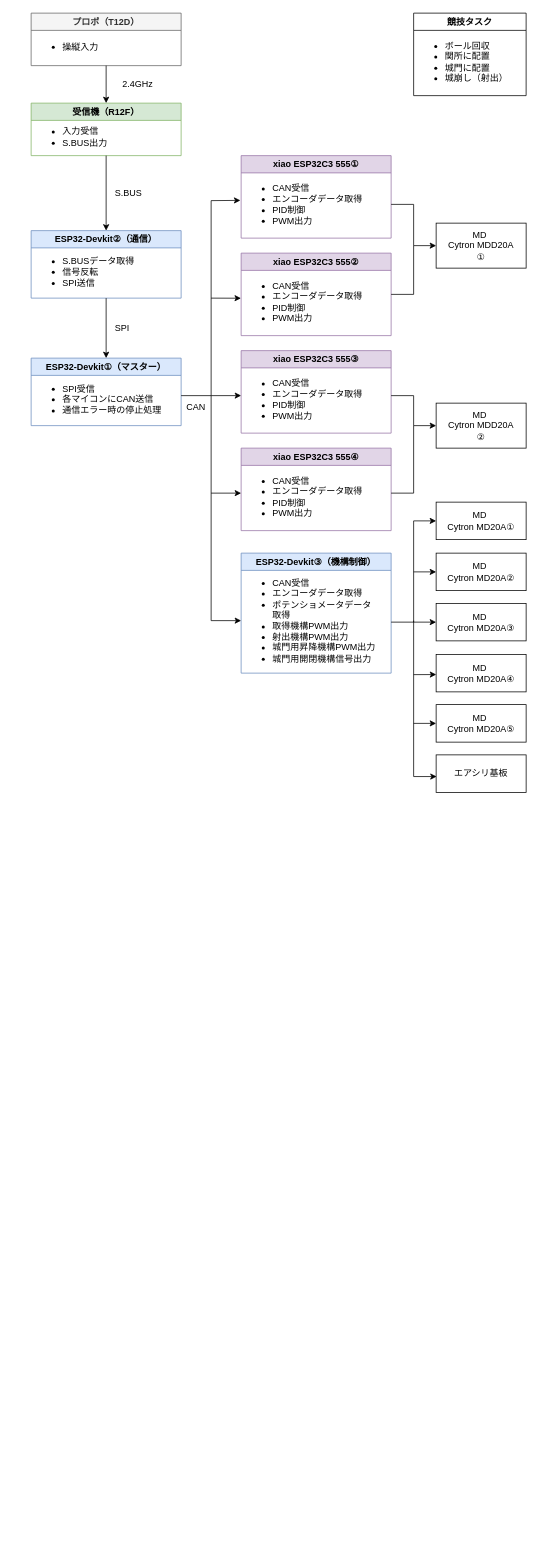
e3kef/tourobo2026-Grobo keeps this draw.io diagram as とうロボ2026_G-robo_システム構成.drawio. Above is the earlier version. Source tidied: cells renumbered, new cells numbered last; positions are measured from the earlier drawing's top-left corner, leaving out a move shared by most shapes. Both pictures are drawn from the tidied source at 75%, with x=0, y=0 at pixel (31, 13).
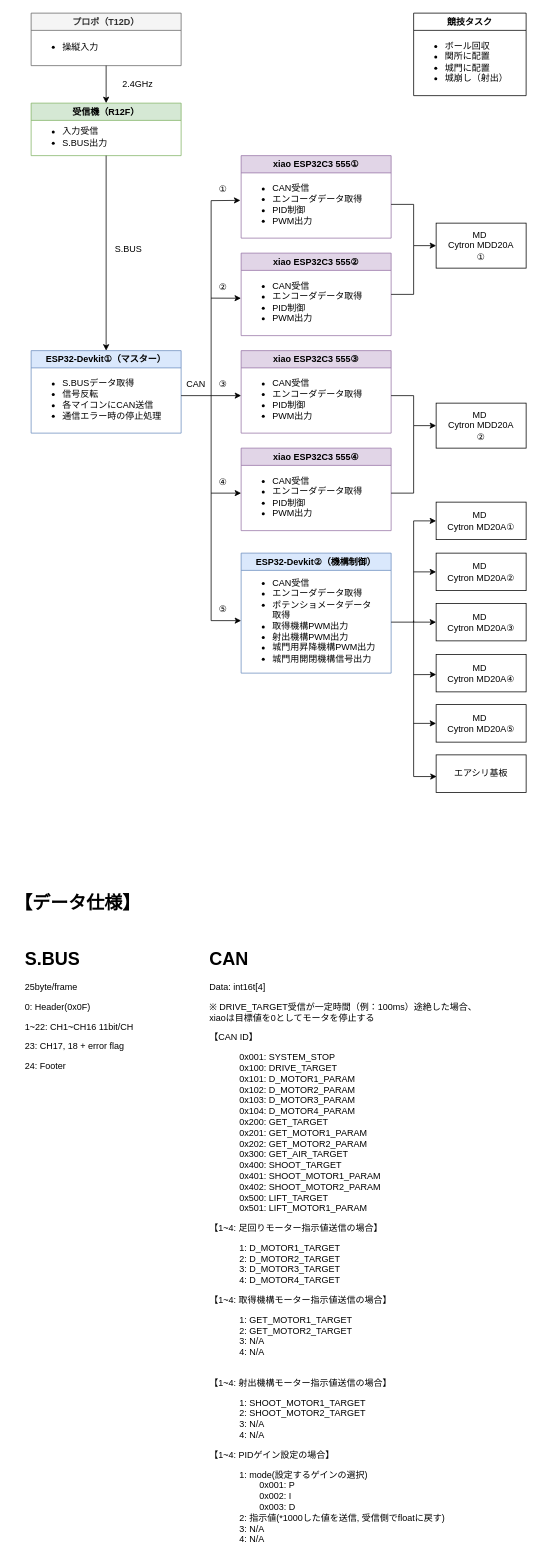
The same page after the edit.

Commit message:
データ仕様を追加

The change refers to these unchanged cells:
```xml
<mxCell id="6" value="受信機（R12F）" style="swimlane;whiteSpace=wrap;html=1;startSize=23;fillColor=#d5e8d4;strokeColor=#82b366;" parent="1" vertex="1">
  <mxGeometry y="120" width="200" height="70" as="geometry" />
</mxCell>
```

Diff of the diagram source:
```diff
@@
-    <mxCell id="8" value="&lt;div&gt;ESP32-Devkit②（通信）&lt;/div&gt;" style="swimlane;whiteSpace=wrap;html=1;startSize=23;fillColor=#dae8fc;strokeColor=#6c8ebf;" parent="1" vertex="1">
-      <mxGeometry y="290" width="200" height="90" as="geometry" />
-    </mxCell>
-    <mxCell id="9" value="&lt;ul&gt;&lt;li&gt;S.BUSデータ取得&lt;/li&gt;&lt;li&gt;信号反転&lt;/li&gt;&lt;li&gt;SPI送信&lt;/li&gt;&lt;/ul&gt;" style="text;html=1;whiteSpace=wrap;strokeColor=none;fillColor=none;align=left;verticalAlign=middle;rounded=0;" parent="8" vertex="1">
-      <mxGeometry y="40" width="200" height="30" as="geometry" />
-    </mxCell>
@@
     <mxCell id="18" value="&lt;div&gt;ESP32-Devkit①（マスター）&lt;/div&gt;" style="swimlane;whiteSpace=wrap;html=1;startSize=23;fillColor=#dae8fc;strokeColor=#6c8ebf;" parent="1" vertex="1">
-      <mxGeometry y="460" width="200" height="90" as="geometry" />
+      <mxGeometry y="450" width="200" height="110" as="geometry" />
     </mxCell>
-    <mxCell id="19" value="&lt;ul&gt;&lt;li&gt;SPI受信&lt;/li&gt;&lt;li&gt;各マイコンにCAN送信&lt;/li&gt;&lt;li&gt;通信エラー時の停止処理&lt;/li&gt;&lt;/ul&gt;" style="text;html=1;whiteSpace=wrap;strokeColor=none;fillColor=none;align=left;verticalAlign=middle;rounded=0;" parent="18" vertex="1">
-      <mxGeometry y="40" width="200" height="30" as="geometry" />
+    <mxCell id="19" value="&lt;ul&gt;&lt;li&gt;S.BUSデータ取得&lt;/li&gt;&lt;li&gt;信号反転&lt;/li&gt;&lt;li&gt;各マイコンにCAN送信&lt;/li&gt;&lt;li&gt;通信エラー時の停止処理&lt;/li&gt;&lt;/ul&gt;" style="text;html=1;whiteSpace=wrap;strokeColor=none;fillColor=none;align=left;verticalAlign=middle;rounded=0;" parent="18" vertex="1">
+      <mxGeometry y="50" width="200" height="30" as="geometry" />
     </mxCell>
-    <mxCell id="20" value="&lt;div&gt;ESP32-Devkit③（機構制御）&lt;/div&gt;" style="swimlane;whiteSpace=wrap;html=1;startSize=23;fillColor=#dae8fc;strokeColor=#6c8ebf;" parent="1" vertex="1">
+    <mxCell id="20" value="&lt;div&gt;ESP32-Devkit②（機構制御）&lt;/div&gt;" style="swimlane;whiteSpace=wrap;html=1;startSize=23;fillColor=#dae8fc;strokeColor=#6c8ebf;" parent="1" vertex="1">
       <mxGeometry x="280" y="720" width="200" height="160" as="geometry" />
     </mxCell>
@@
-    <mxCell id="22" style="endArrow=classic;html=1;rounded=0;exitX=0.5;exitY=1;exitDx=0;exitDy=0;entryX=0.5;entryY=0;entryDx=0;entryDy=0;" parent="1" edge="1" source="6" target="8">
+    <mxCell id="22" style="endArrow=classic;html=1;rounded=0;exitX=0.5;exitY=1;exitDx=0;exitDy=0;entryX=0.5;entryY=0;entryDx=0;entryDy=0;" parent="1" edge="1" source="6" target="18">
       <mxGeometry relative="1" as="geometry" />
     </mxCell>
@@
-    <mxCell id="24" style="endArrow=classic;html=1;rounded=0;exitX=0.5;exitY=1;exitDx=0;exitDy=0;" parent="1" edge="1" source="8" target="18">
-      <mxGeometry relative="1" as="geometry" />
-    </mxCell>
@@
     <mxCell id="26" value="S.BUS" style="text;html=1;whiteSpace=wrap;strokeColor=none;fillColor=none;align=left;verticalAlign=middle;rounded=0;" parent="1" vertex="1">
-      <mxGeometry x="110" y="225" width="60" height="30" as="geometry" />
+      <mxGeometry x="110" y="300" width="60" height="30" as="geometry" />
     </mxCell>
-    <mxCell id="27" value="SPI" style="text;html=1;whiteSpace=wrap;strokeColor=none;fillColor=none;align=left;verticalAlign=middle;rounded=0;" parent="1" vertex="1">
-      <mxGeometry x="110" y="405" width="60" height="30" as="geometry" />
-    </mxCell>
@@
     <mxCell id="34" value="CAN" style="text;html=1;whiteSpace=wrap;strokeColor=none;fillColor=none;align=center;verticalAlign=middle;rounded=0;" parent="1" vertex="1">
-      <mxGeometry x="190" y="510" width="60" height="30" as="geometry" />
+      <mxGeometry x="190" y="480" width="60" height="30" as="geometry" />
     </mxCell>
@@
+    <mxCell id="53" value="①" style="text;html=1;whiteSpace=wrap;strokeColor=none;fillColor=none;align=center;verticalAlign=middle;rounded=0;" parent="1" vertex="1">
+      <mxGeometry x="226" y="220" width="60" height="30" as="geometry" />
+    </mxCell>
+    <mxCell id="54" value="②" style="text;html=1;whiteSpace=wrap;strokeColor=none;fillColor=none;align=center;verticalAlign=middle;rounded=0;" parent="1" vertex="1">
+      <mxGeometry x="226" y="350" width="60" height="30" as="geometry" />
+    </mxCell>
+    <mxCell id="55" value="③" style="text;html=1;whiteSpace=wrap;strokeColor=none;fillColor=none;align=center;verticalAlign=middle;rounded=0;" parent="1" vertex="1">
+      <mxGeometry x="226" y="480" width="60" height="30" as="geometry" />
+    </mxCell>
+    <mxCell id="56" value="④" style="text;html=1;whiteSpace=wrap;strokeColor=none;fillColor=none;align=center;verticalAlign=middle;rounded=0;" parent="1" vertex="1">
+      <mxGeometry x="226" y="610" width="60" height="30" as="geometry" />
+    </mxCell>
+    <mxCell id="57" value="⑤" style="text;html=1;whiteSpace=wrap;strokeColor=none;fillColor=none;align=center;verticalAlign=middle;rounded=0;" parent="1" vertex="1">
+      <mxGeometry x="226" y="780" width="60" height="30" as="geometry" />
+    </mxCell>
+    <mxCell id="58" value="&lt;h1&gt;【データ仕様】&lt;/h1&gt;" style="text;html=1;whiteSpace=wrap;overflow=hidden;rounded=0;" parent="1" vertex="1">
+      <mxGeometry x="-24" y="1150" width="180" height="70" as="geometry" />
+    </mxCell>
+    <mxCell id="59" value="&lt;h1 style=&quot;margin-top: 0px;&quot;&gt;S.BUS&lt;/h1&gt;&lt;p&gt;25byte/frame&lt;/p&gt;&lt;p&gt;0: Header(0x0F)&lt;/p&gt;&lt;p&gt;1~22: CH1~CH16 11bit/CH&lt;/p&gt;&lt;p&gt;23: CH17, 18 + error flag&lt;/p&gt;&lt;p&gt;24: Footer&lt;/p&gt;" style="text;html=1;whiteSpace=wrap;overflow=hidden;rounded=0;" parent="1" vertex="1">
+      <mxGeometry x="-10" y="1240" width="180" height="180" as="geometry" />
+    </mxCell>
+    <mxCell id="60" value="&lt;h1 style=&quot;margin-top: 0px;&quot;&gt;CAN&lt;/h1&gt;&lt;p&gt;Data: int16t[4]&lt;/p&gt;&lt;p&gt;※ DRIVE_TARGET受信が一定時間（例：100ms）途絶した場合、&lt;br&gt;xiaoは目標値を0としてモータを停止する&lt;/p&gt;&lt;p&gt;【CAN ID】&lt;/p&gt;&lt;blockquote&gt;0x001: SYSTEM_STOP&lt;br&gt;0x100: DRIVE_TARGET&lt;br&gt;0x101: D_MOTOR1_PARAM&lt;br&gt;0x102: D_MOTOR2_PARAM&lt;br&gt;0x103: D_MOTOR3_PARAM&lt;br&gt;0x104: D_MOTOR4_PARAM&lt;br&gt;0x200: GET_TARGET&lt;br&gt;0x201: GET_MOTOR1_PARAM&lt;br&gt;0x202: GET_MOTOR2_PARAM&lt;br&gt;0x300: GET_AIR_TARGET&lt;br&gt;0x400: SHOOT_TARGET&lt;br&gt;0x401: SHOOT_MOTOR1_PARAM&lt;br&gt;0x402: SHOOT_MOTOR2_PARAM&lt;br&gt;0x500: LIFT_TARGET&lt;br&gt;0x501: LIFT_MOTOR1_PARAM&lt;/blockquote&gt;&lt;p&gt;【1~4: 足回りモーター指示値送信の場合】&lt;/p&gt;&lt;blockquote&gt;1: D_MOTOR1_TARGET&lt;br&gt;2: D_MOTOR2_TARGET&lt;br&gt;3: D_MOTOR3_TARGET&lt;br&gt;4: D_MOTOR4_TARGET&lt;/blockquote&gt;&lt;p&gt;【1~4: 取得機構モーター指示値送信の場合】&lt;/p&gt;&lt;blockquote&gt;1: GET_MOTOR1_TARGET&lt;br&gt;2: GET_MOTOR2_TARGET&lt;br&gt;3: N/A&lt;br&gt;4: N/A&lt;br&gt;&lt;br&gt;&lt;/blockquote&gt;&lt;p&gt;【1~4: 射出機構モーター指示値送信の場合】&lt;/p&gt;&lt;blockquote&gt;1: SHOOT_MOTOR1_TARGET&lt;br&gt;2: SHOOT_MOTOR2_TARGET&lt;br&gt;3: N/A&lt;br&gt;4: N/A&lt;/blockquote&gt;&lt;p&gt;【1~4: PIDゲイン設定の場合】&lt;/p&gt;&lt;blockquote&gt;1: mode(設定するゲインの選択)&lt;br&gt;&lt;span style=&quot;white-space: pre;&quot;&gt;&#9;0x001: P &lt;br&gt;&lt;span style=&quot;white-space: pre;&quot;&gt;&#9;0x002: I&lt;br&gt;&lt;span style=&quot;white-space: pre;&quot;&gt;&#9;&lt;/span&gt;0x003: D&lt;br&gt;&lt;/span&gt;&lt;/span&gt;2: 指示値(*1000した値を送信, 受信側でfloatに戻す)&lt;br&gt;3: N/A&lt;br&gt;4: N/A&lt;/blockquote&gt;" style="text;html=1;whiteSpace=wrap;overflow=hidden;rounded=0;" parent="1" vertex="1">
+      <mxGeometry x="236" y="1240" width="364" height="800" as="geometry" />
+    </mxCell>
```
